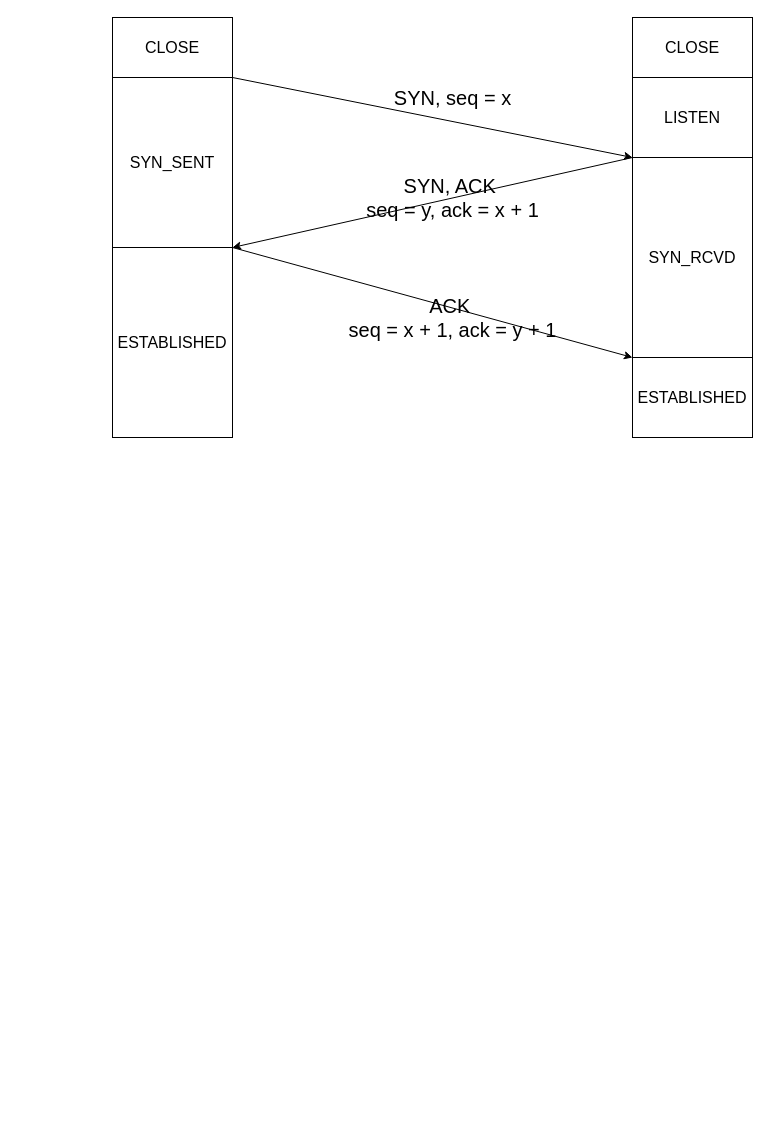
Before: 未命名绘图.drawio in ayher/drawIo, a draw.io diagram. Source tidied: cells renumbered, new cells numbered last; positions are measured from the earlier drawing's top-left corner, leaving out a move shared by most shapes. Both pictures are drawn from the tidied source at 100%, with x=0, y=0 at pixel (112, 17).
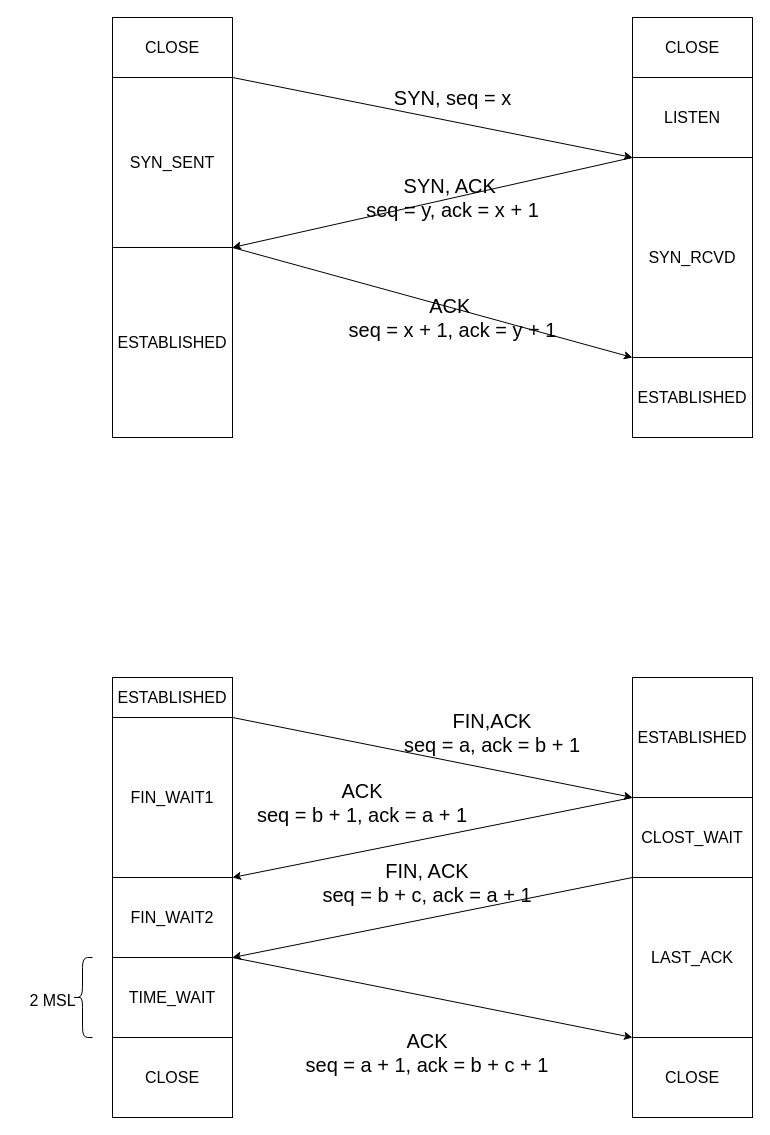
After the change.

Commit message:
更新未命名绘图.drawio

Diff of the diagram source:
```diff
@@
+    <mxCell id="15" value="&lt;span style=&quot;font-size: 16px;&quot;&gt;ESTABLISHED&lt;/span&gt;" style="rounded=0;whiteSpace=wrap;html=1;fontSize=16;" parent="1" vertex="1">
+      <mxGeometry y="660" width="120" height="40" as="geometry" />
+    </mxCell>
+    <mxCell id="16" value="CLOST_WAIT" style="rounded=0;whiteSpace=wrap;html=1;fontSize=16;" parent="1" vertex="1">
+      <mxGeometry x="520" y="780" width="120" height="80" as="geometry" />
+    </mxCell>
+    <mxCell id="17" style="endArrow=classic;html=1;rounded=0;exitX=1;exitY=1;exitDx=0;exitDy=0;entryX=0;entryY=0;entryDx=0;entryDy=0;fontSize=16;" parent="1" edge="1" source="15" target="16">
+      <mxGeometry relative="1" as="geometry" />
+    </mxCell>
+    <mxCell id="18" value="&lt;span style=&quot;font-size: 16px;&quot;&gt;ESTABLISHED&lt;/span&gt;" style="rounded=0;whiteSpace=wrap;html=1;fontSize=16;" parent="1" vertex="1">
+      <mxGeometry x="520" y="660" width="120" height="120" as="geometry" />
+    </mxCell>
+    <mxCell id="19" value="FIN_WAIT1" style="rounded=0;whiteSpace=wrap;html=1;fontSize=16;" parent="1" vertex="1">
+      <mxGeometry y="700" width="120" height="160" as="geometry" />
+    </mxCell>
+    <mxCell id="20" style="endArrow=classic;html=1;rounded=0;exitX=0;exitY=0;exitDx=0;exitDy=0;entryX=1;entryY=1;entryDx=0;entryDy=0;fontSize=16;" parent="1" edge="1" source="16" target="19">
+      <mxGeometry relative="1" as="geometry" />
+    </mxCell>
+    <mxCell id="21" value="LAST_ACK" style="rounded=0;whiteSpace=wrap;html=1;fontSize=16;" parent="1" vertex="1">
+      <mxGeometry x="520" y="860" width="120" height="160" as="geometry" />
+    </mxCell>
+    <mxCell id="22" style="endArrow=classic;html=1;rounded=0;exitX=0;exitY=0;exitDx=0;exitDy=0;entryX=1;entryY=1;entryDx=0;entryDy=0;fontSize=16;" parent="1" edge="1" source="21" target="33">
+      <mxGeometry relative="1" as="geometry" />
+    </mxCell>
+    <mxCell id="23" style="endArrow=classic;html=1;rounded=0;exitX=1;exitY=0;exitDx=0;exitDy=0;entryX=0;entryY=1;entryDx=0;entryDy=0;fontSize=16;" parent="1" edge="1" target="21">
+      <mxGeometry relative="1" as="geometry">
+        <mxPoint x="120" y="940" as="sourcePoint" />
+      </mxGeometry>
+    </mxCell>
+    <mxCell id="24" value="CLOSE" style="rounded=0;whiteSpace=wrap;html=1;fontSize=16;" parent="1" vertex="1">
+      <mxGeometry x="520" y="1020" width="120" height="80" as="geometry" />
+    </mxCell>
+    <mxCell id="25" value="TIME_WAIT" style="rounded=0;whiteSpace=wrap;html=1;fontSize=16;" parent="1" vertex="1">
+      <mxGeometry y="940" width="120" height="80" as="geometry" />
+    </mxCell>
+    <mxCell id="26" value="FIN,ACK&lt;div style=&quot;font-size: 20px;&quot;&gt;seq = a, ack = b + 1&lt;/div&gt;" style="text;html=1;align=center;verticalAlign=middle;whiteSpace=wrap;rounded=0;fontSize=20;" parent="1" vertex="1">
+      <mxGeometry x="280" y="700" width="200" height="30" as="geometry" />
+    </mxCell>
+    <mxCell id="27" value="ACK&lt;div style=&quot;font-size: 20px;&quot;&gt;seq = b + 1, ack = a + 1&lt;/div&gt;" style="text;html=1;align=center;verticalAlign=middle;whiteSpace=wrap;rounded=0;fontSize=20;" parent="1" vertex="1">
+      <mxGeometry x="140" y="770" width="220" height="30" as="geometry" />
+    </mxCell>
+    <mxCell id="28" value="FIN, ACK&lt;div style=&quot;font-size: 20px;&quot;&gt;seq = b + c, ack = a + 1&lt;/div&gt;" style="text;html=1;align=center;verticalAlign=middle;whiteSpace=wrap;rounded=0;fontSize=20;" parent="1" vertex="1">
+      <mxGeometry x="200" y="850" width="230" height="30" as="geometry" />
+    </mxCell>
+    <mxCell id="29" value="ACK&lt;div style=&quot;font-size: 20px;&quot;&gt;seq = a + 1, ack = b + c + 1&lt;/div&gt;" style="text;html=1;align=center;verticalAlign=middle;whiteSpace=wrap;rounded=0;fontSize=20;" parent="1" vertex="1">
+      <mxGeometry x="176.2" y="1020" width="277.5" height="30" as="geometry" />
+    </mxCell>
+    <mxCell id="30" style="shape=curlyBracket;whiteSpace=wrap;html=1;rounded=1;labelPosition=left;verticalLabelPosition=middle;align=right;verticalAlign=middle;fontSize=16;" parent="1" vertex="1">
+      <mxGeometry x="-40" y="940" width="20" height="80" as="geometry" />
+    </mxCell>
+    <mxCell id="31" value="2 MSL" style="text;html=1;align=center;verticalAlign=middle;strokeColor=none;fillColor=none;fontSize=16;" parent="1" vertex="1">
+      <mxGeometry x="-95" y="968" width="70" height="30" as="geometry" />
+    </mxCell>
+    <mxCell id="32" value="CLOSE" style="rounded=0;whiteSpace=wrap;html=1;fontSize=16;" parent="1" vertex="1">
+      <mxGeometry y="1020" width="120" height="80" as="geometry" />
+    </mxCell>
+    <mxCell id="33" value="FIN_WAIT2" style="rounded=0;whiteSpace=wrap;html=1;fontSize=16;" parent="1" vertex="1">
+      <mxGeometry y="860" width="120" height="80" as="geometry" />
+    </mxCell>
```
